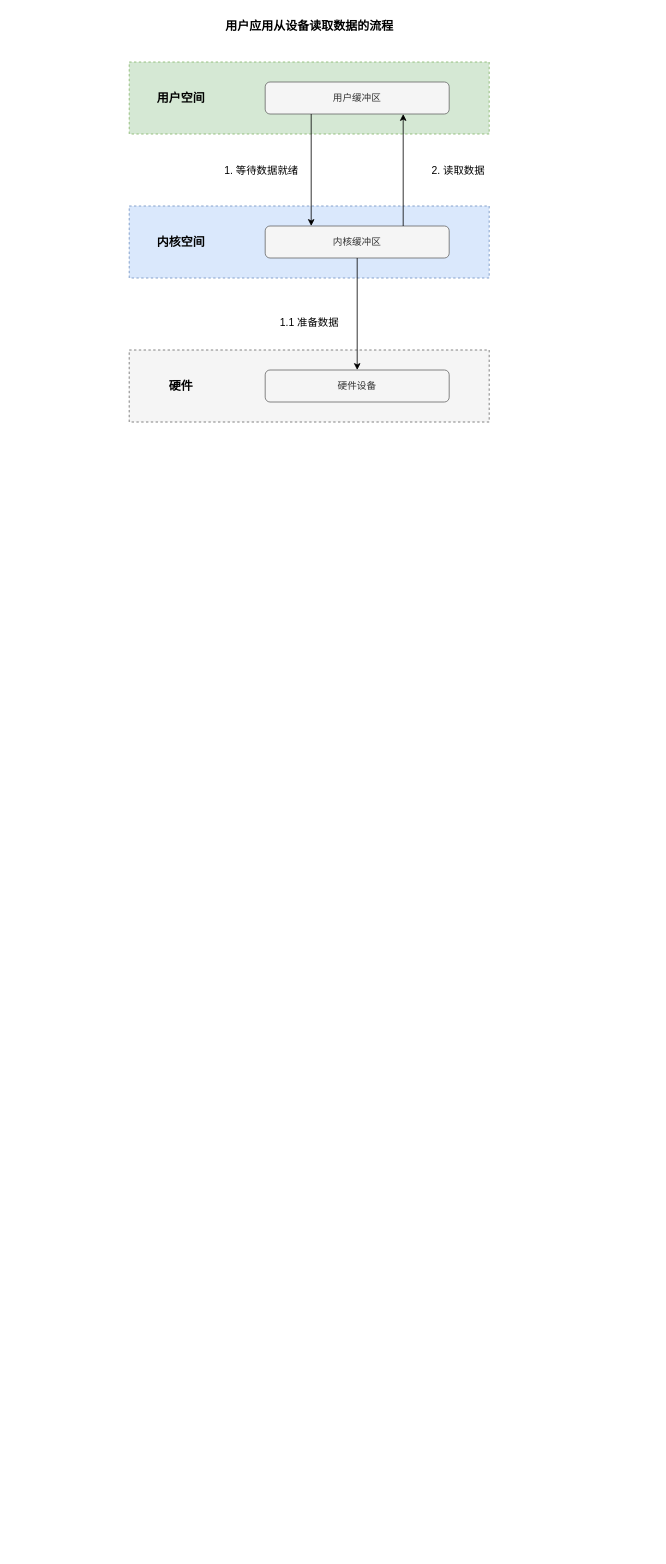
Before: Redis-IO模型.drawio in XuYi-fei/draw.io.sync, a draw.io diagram. Source tidied: cells renumbered, new cells numbered last; positions are measured from the earlier drawing's top-left corner, leaving out a move shared by most shapes. Both pictures are drawn from the tidied source at 80%, with x=0, y=0 at pixel (129, 14).
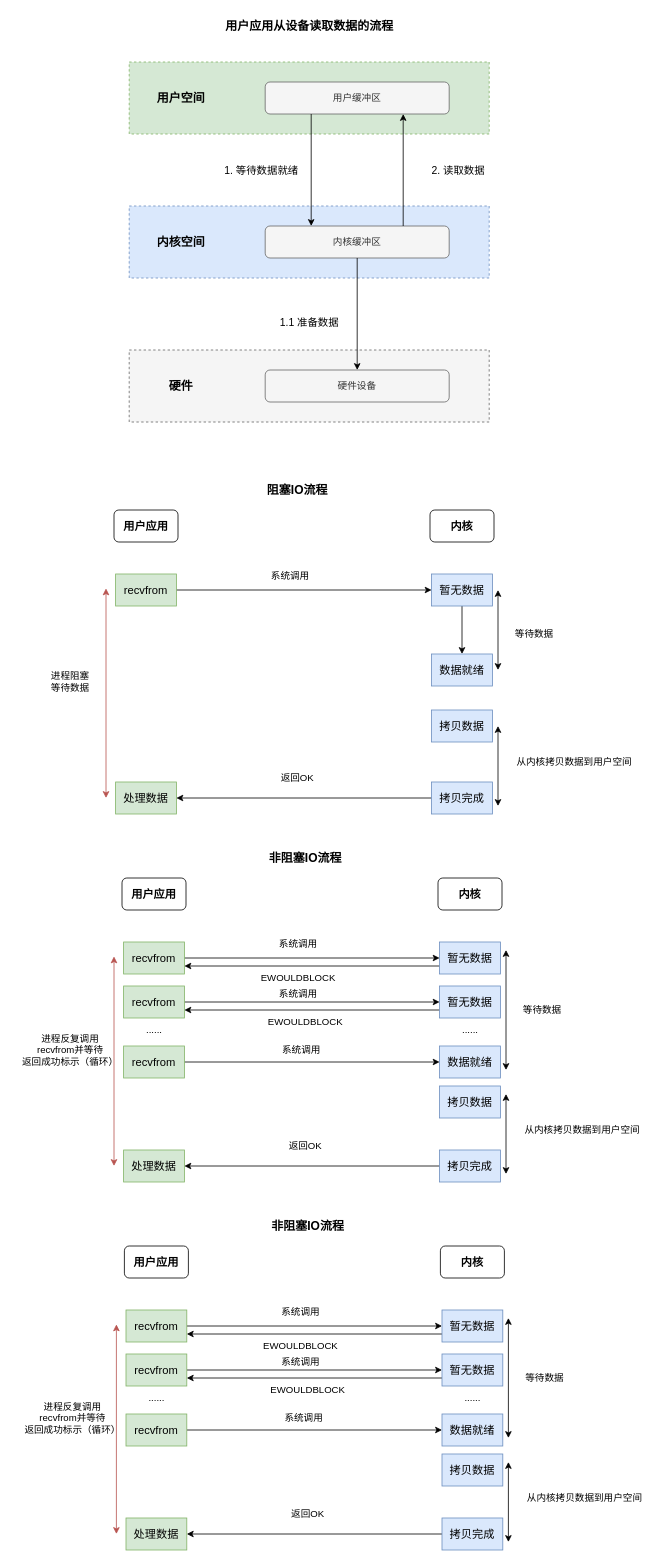
The same diagram, later.

The edit, as a diff of the source:
```diff
@@
+    <mxCell id="21" value="用户应用" style="rounded=1;whiteSpace=wrap;html=1;fontSize=14;fontStyle=1;" parent="1" vertex="1">
+      <mxGeometry x="-19" y="620" width="80" height="40" as="geometry" />
+    </mxCell>
+    <mxCell id="22" value="内核" style="rounded=1;whiteSpace=wrap;html=1;fontSize=14;fontStyle=1;" parent="1" vertex="1">
+      <mxGeometry x="376" y="620" width="80" height="40" as="geometry" />
+    </mxCell>
+    <mxCell id="23" style="edgeStyle=orthogonalEdgeStyle;rounded=0;jettySize=auto;html=1;exitX=1;exitY=0.5;exitDx=0;exitDy=0;" parent="1" edge="1" source="24" target="26">
+      <mxGeometry relative="1" as="geometry" />
+    </mxCell>
+    <mxCell id="24" value="recvfrom" style="rounded=0;whiteSpace=wrap;html=1;fontSize=14;fillColor=#d5e8d4;strokeColor=#82b366;" parent="1" vertex="1">
+      <mxGeometry x="-17" y="700" width="76" height="40" as="geometry" />
+    </mxCell>
+    <mxCell id="25" style="edgeStyle=orthogonalEdgeStyle;rounded=0;jettySize=auto;html=1;exitX=0.5;exitY=1;exitDx=0;exitDy=0;" parent="1" edge="1" source="26" target="27">
+      <mxGeometry relative="1" as="geometry" />
+    </mxCell>
+    <mxCell id="26" value="暂无数据" style="rounded=0;whiteSpace=wrap;html=1;fontSize=14;fillColor=#dae8fc;strokeColor=#6c8ebf;" parent="1" vertex="1">
+      <mxGeometry x="378" y="700" width="76" height="40" as="geometry" />
+    </mxCell>
+    <mxCell id="27" value="数据就绪" style="rounded=0;whiteSpace=wrap;html=1;fontSize=14;fillColor=#dae8fc;strokeColor=#6c8ebf;" parent="1" vertex="1">
+      <mxGeometry x="378" y="800" width="76" height="40" as="geometry" />
+    </mxCell>
+    <mxCell id="28" value="拷贝数据" style="rounded=0;whiteSpace=wrap;html=1;fontSize=14;fillColor=#dae8fc;strokeColor=#6c8ebf;" parent="1" vertex="1">
+      <mxGeometry x="378" y="870" width="76" height="40" as="geometry" />
+    </mxCell>
+    <mxCell id="29" style="edgeStyle=orthogonalEdgeStyle;rounded=0;jettySize=auto;html=1;exitX=0;exitY=0.5;exitDx=0;exitDy=0;" parent="1" edge="1" source="30" target="31">
+      <mxGeometry relative="1" as="geometry" />
+    </mxCell>
+    <mxCell id="30" value="拷贝完成" style="rounded=0;whiteSpace=wrap;html=1;fontSize=14;fillColor=#dae8fc;strokeColor=#6c8ebf;" parent="1" vertex="1">
+      <mxGeometry x="378" y="960" width="76" height="40" as="geometry" />
+    </mxCell>
+    <mxCell id="31" value="处理数据" style="rounded=0;whiteSpace=wrap;html=1;fontSize=14;fillColor=#d5e8d4;strokeColor=#82b366;" parent="1" vertex="1">
+      <mxGeometry x="-17" y="960" width="76" height="40" as="geometry" />
+    </mxCell>
+    <mxCell id="32" value="系统调用" style="text;html=1;align=center;verticalAlign=middle;strokeColor=none;fillColor=none;" parent="1" vertex="1">
+      <mxGeometry x="166" y="688" width="70" height="30" as="geometry" />
+    </mxCell>
+    <mxCell id="33" style="endArrow=classic;startArrow=classic;html=1;rounded=0;" parent="1" edge="1">
+      <mxGeometry relative="1" as="geometry">
+        <mxPoint x="461" y="820" as="sourcePoint" />
+        <mxPoint x="461" y="720" as="targetPoint" />
+      </mxGeometry>
+    </mxCell>
+    <mxCell id="34" value="等待数据" style="text;html=1;align=center;verticalAlign=middle;strokeColor=none;fillColor=none;" parent="1" vertex="1">
+      <mxGeometry x="471" y="760" width="70" height="30" as="geometry" />
+    </mxCell>
+    <mxCell id="35" style="endArrow=classic;startArrow=classic;html=1;rounded=0;" parent="1" edge="1">
+      <mxGeometry relative="1" as="geometry">
+        <mxPoint x="461" y="990" as="sourcePoint" />
+        <mxPoint x="461" y="890" as="targetPoint" />
+      </mxGeometry>
+    </mxCell>
+    <mxCell id="36" value="从内核拷贝数据到用户空间" style="text;html=1;align=center;verticalAlign=middle;strokeColor=none;fillColor=none;" parent="1" vertex="1">
+      <mxGeometry x="471" y="920" width="170" height="30" as="geometry" />
+    </mxCell>
+    <mxCell id="37" value="返回OK" style="text;html=1;align=center;verticalAlign=middle;strokeColor=none;fillColor=none;" parent="1" vertex="1">
+      <mxGeometry x="180" y="940" width="60" height="30" as="geometry" />
+    </mxCell>
+    <mxCell id="38" style="endArrow=classic;startArrow=classic;html=1;rounded=0;fillColor=#f8cecc;strokeColor=#b85450;" parent="1" edge="1">
+      <mxGeometry relative="1" as="geometry">
+        <mxPoint x="-29" y="980" as="sourcePoint" />
+        <mxPoint x="-29" y="718" as="targetPoint" />
+      </mxGeometry>
+    </mxCell>
+    <mxCell id="39" value="进程阻塞&lt;div&gt;等待数据&lt;/div&gt;" style="text;html=1;align=center;verticalAlign=middle;strokeColor=none;fillColor=none;" parent="1" vertex="1">
+      <mxGeometry x="-109" y="815" width="70" height="40" as="geometry" />
+    </mxCell>
+    <mxCell id="40" value="阻塞IO流程" style="text;html=1;align=center;verticalAlign=middle;strokeColor=none;fillColor=none;fontSize=15;fontStyle=1;" parent="1" vertex="1">
+      <mxGeometry x="160" y="580" width="100" height="30" as="geometry" />
+    </mxCell>
+    <mxCell id="41" value="用户应用" style="rounded=1;whiteSpace=wrap;html=1;fontSize=14;fontStyle=1;" parent="1" vertex="1">
+      <mxGeometry x="-9" y="1080" width="80" height="40" as="geometry" />
+    </mxCell>
+    <mxCell id="42" value="内核" style="rounded=1;whiteSpace=wrap;html=1;fontSize=14;fontStyle=1;" parent="1" vertex="1">
+      <mxGeometry x="386" y="1080" width="80" height="40" as="geometry" />
+    </mxCell>
+    <mxCell id="43" style="edgeStyle=orthogonalEdgeStyle;rounded=0;jettySize=auto;html=1;exitX=1;exitY=0.5;exitDx=0;exitDy=0;" parent="1" edge="1" source="44" target="46">
+      <mxGeometry relative="1" as="geometry" />
+    </mxCell>
+    <mxCell id="44" value="recvfrom" style="rounded=0;whiteSpace=wrap;html=1;fontSize=14;fillColor=#d5e8d4;strokeColor=#82b366;" parent="1" vertex="1">
+      <mxGeometry x="-7" y="1160" width="76" height="40" as="geometry" />
+    </mxCell>
+    <mxCell id="45" style="edgeStyle=orthogonalEdgeStyle;rounded=0;jettySize=auto;html=1;exitX=0;exitY=0.75;exitDx=0;exitDy=0;entryX=1;entryY=0.75;entryDx=0;entryDy=0;" parent="1" edge="1" source="46" target="44">
+      <mxGeometry relative="1" as="geometry" />
+    </mxCell>
+    <mxCell id="46" value="暂无数据" style="rounded=0;whiteSpace=wrap;html=1;fontSize=14;fillColor=#dae8fc;strokeColor=#6c8ebf;" parent="1" vertex="1">
+      <mxGeometry x="388" y="1160" width="76" height="40" as="geometry" />
+    </mxCell>
+    <mxCell id="47" value="数据就绪" style="rounded=0;whiteSpace=wrap;html=1;fontSize=14;fillColor=#dae8fc;strokeColor=#6c8ebf;" parent="1" vertex="1">
+      <mxGeometry x="388" y="1290" width="76" height="40" as="geometry" />
+    </mxCell>
+    <mxCell id="48" value="拷贝数据" style="rounded=0;whiteSpace=wrap;html=1;fontSize=14;fillColor=#dae8fc;strokeColor=#6c8ebf;" parent="1" vertex="1">
+      <mxGeometry x="388" y="1340" width="76" height="40" as="geometry" />
+    </mxCell>
+    <mxCell id="49" style="edgeStyle=orthogonalEdgeStyle;rounded=0;jettySize=auto;html=1;exitX=0;exitY=0.5;exitDx=0;exitDy=0;" parent="1" edge="1" source="50" target="51">
+      <mxGeometry relative="1" as="geometry" />
+    </mxCell>
+    <mxCell id="50" value="拷贝完成" style="rounded=0;whiteSpace=wrap;html=1;fontSize=14;fillColor=#dae8fc;strokeColor=#6c8ebf;" parent="1" vertex="1">
+      <mxGeometry x="388" y="1420" width="76" height="40" as="geometry" />
+    </mxCell>
+    <mxCell id="51" value="处理数据" style="rounded=0;whiteSpace=wrap;html=1;fontSize=14;fillColor=#d5e8d4;strokeColor=#82b366;" parent="1" vertex="1">
+      <mxGeometry x="-7" y="1420" width="76" height="40" as="geometry" />
+    </mxCell>
+    <mxCell id="52" value="系统调用" style="text;html=1;align=center;verticalAlign=middle;strokeColor=none;fillColor=none;" parent="1" vertex="1">
+      <mxGeometry x="176" y="1148" width="70" height="30" as="geometry" />
+    </mxCell>
+    <mxCell id="53" style="endArrow=classic;startArrow=classic;html=1;rounded=0;" parent="1" edge="1">
+      <mxGeometry relative="1" as="geometry">
+        <mxPoint x="471" y="1320" as="sourcePoint" />
+        <mxPoint x="471" y="1170" as="targetPoint" />
+      </mxGeometry>
+    </mxCell>
+    <mxCell id="54" value="等待数据" style="text;html=1;align=center;verticalAlign=middle;strokeColor=none;fillColor=none;" parent="1" vertex="1">
+      <mxGeometry x="481" y="1230" width="70" height="30" as="geometry" />
+    </mxCell>
+    <mxCell id="55" style="endArrow=classic;startArrow=classic;html=1;rounded=0;" parent="1" edge="1">
+      <mxGeometry relative="1" as="geometry">
+        <mxPoint x="471" y="1450" as="sourcePoint" />
+        <mxPoint x="471" y="1350" as="targetPoint" />
+      </mxGeometry>
+    </mxCell>
+    <mxCell id="56" value="从内核拷贝数据到用户空间" style="text;html=1;align=center;verticalAlign=middle;strokeColor=none;fillColor=none;" parent="1" vertex="1">
+      <mxGeometry x="481" y="1380" width="170" height="30" as="geometry" />
+    </mxCell>
+    <mxCell id="57" value="返回OK" style="text;html=1;align=center;verticalAlign=middle;strokeColor=none;fillColor=none;" parent="1" vertex="1">
+      <mxGeometry x="190" y="1400" width="60" height="30" as="geometry" />
+    </mxCell>
+    <mxCell id="58" style="endArrow=classic;startArrow=classic;html=1;rounded=0;fillColor=#f8cecc;strokeColor=#b85450;" parent="1" edge="1">
+      <mxGeometry relative="1" as="geometry">
+        <mxPoint x="-19" y="1440" as="sourcePoint" />
+        <mxPoint x="-19" y="1178" as="targetPoint" />
+      </mxGeometry>
+    </mxCell>
+    <mxCell id="59" value="进程反复调用&lt;div&gt;recvfrom并等待&lt;/div&gt;&lt;div&gt;返回成功标示（循环）&lt;/div&gt;" style="text;html=1;align=center;verticalAlign=middle;strokeColor=none;fillColor=none;" parent="1" vertex="1">
+      <mxGeometry x="-144" y="1265" width="140" height="60" as="geometry" />
+    </mxCell>
+    <mxCell id="60" value="非阻塞IO流程" style="text;html=1;align=center;verticalAlign=middle;strokeColor=none;fillColor=none;fontSize=15;fontStyle=1;" parent="1" vertex="1">
+      <mxGeometry x="165" y="1040" width="110" height="30" as="geometry" />
+    </mxCell>
+    <mxCell id="61" style="edgeStyle=orthogonalEdgeStyle;rounded=0;jettySize=auto;html=1;exitX=1;exitY=0.5;exitDx=0;exitDy=0;entryX=0;entryY=0.5;entryDx=0;entryDy=0;" parent="1" edge="1" source="62" target="67">
+      <mxGeometry relative="1" as="geometry" />
+    </mxCell>
+    <mxCell id="62" value="recvfrom" style="rounded=0;whiteSpace=wrap;html=1;fontSize=14;fillColor=#d5e8d4;strokeColor=#82b366;" parent="1" vertex="1">
+      <mxGeometry x="-7" y="1215" width="76" height="40" as="geometry" />
+    </mxCell>
+    <mxCell id="63" style="edgeStyle=orthogonalEdgeStyle;rounded=0;jettySize=auto;html=1;exitX=1;exitY=0.5;exitDx=0;exitDy=0;entryX=0;entryY=0.5;entryDx=0;entryDy=0;" parent="1" edge="1" source="64" target="47">
+      <mxGeometry relative="1" as="geometry" />
+    </mxCell>
+    <mxCell id="64" value="recvfrom" style="rounded=0;whiteSpace=wrap;html=1;fontSize=14;fillColor=#d5e8d4;strokeColor=#82b366;" parent="1" vertex="1">
+      <mxGeometry x="-7" y="1290" width="76" height="40" as="geometry" />
+    </mxCell>
+    <mxCell id="65" value="......" style="text;html=1;align=center;verticalAlign=middle;strokeColor=none;fillColor=none;" parent="1" vertex="1">
+      <mxGeometry x="11" y="1255" width="40" height="30" as="geometry" />
+    </mxCell>
+    <mxCell id="66" style="edgeStyle=orthogonalEdgeStyle;rounded=0;jettySize=auto;html=1;exitX=0;exitY=0.75;exitDx=0;exitDy=0;entryX=1;entryY=0.75;entryDx=0;entryDy=0;" parent="1" edge="1" source="67" target="62">
+      <mxGeometry relative="1" as="geometry" />
+    </mxCell>
+    <mxCell id="67" value="暂无数据" style="rounded=0;whiteSpace=wrap;html=1;fontSize=14;fillColor=#dae8fc;strokeColor=#6c8ebf;" parent="1" vertex="1">
+      <mxGeometry x="388" y="1215" width="76" height="40" as="geometry" />
+    </mxCell>
+    <mxCell id="68" value="......" style="text;html=1;align=center;verticalAlign=middle;strokeColor=none;fillColor=none;" parent="1" vertex="1">
+      <mxGeometry x="406" y="1255" width="40" height="30" as="geometry" />
+    </mxCell>
+    <mxCell id="69" value="EWOULDBLOCK" style="text;html=1;align=center;verticalAlign=middle;strokeColor=none;fillColor=none;" parent="1" vertex="1">
+      <mxGeometry x="151" y="1190" width="120" height="30" as="geometry" />
+    </mxCell>
+    <mxCell id="70" value="系统调用" style="text;html=1;align=center;verticalAlign=middle;strokeColor=none;fillColor=none;" parent="1" vertex="1">
+      <mxGeometry x="176" y="1210" width="70" height="30" as="geometry" />
+    </mxCell>
+    <mxCell id="71" value="EWOULDBLOCK" style="text;html=1;align=center;verticalAlign=middle;strokeColor=none;fillColor=none;" parent="1" vertex="1">
+      <mxGeometry x="160" y="1245" width="120" height="30" as="geometry" />
+    </mxCell>
+    <mxCell id="72" value="系统调用" style="text;html=1;align=center;verticalAlign=middle;strokeColor=none;fillColor=none;" parent="1" vertex="1">
+      <mxGeometry x="180" y="1280" width="70" height="30" as="geometry" />
+    </mxCell>
+    <mxCell id="73" value="用户应用" style="rounded=1;whiteSpace=wrap;html=1;fontSize=14;fontStyle=1;" parent="1" vertex="1">
+      <mxGeometry x="-6" y="1540" width="80" height="40" as="geometry" />
+    </mxCell>
+    <mxCell id="74" value="内核" style="rounded=1;whiteSpace=wrap;html=1;fontSize=14;fontStyle=1;" parent="1" vertex="1">
+      <mxGeometry x="389" y="1540" width="80" height="40" as="geometry" />
+    </mxCell>
+    <mxCell id="75" style="edgeStyle=orthogonalEdgeStyle;rounded=0;jettySize=auto;html=1;exitX=1;exitY=0.5;exitDx=0;exitDy=0;" parent="1" edge="1" source="76" target="78">
+      <mxGeometry relative="1" as="geometry" />
+    </mxCell>
+    <mxCell id="76" value="recvfrom" style="rounded=0;whiteSpace=wrap;html=1;fontSize=14;fillColor=#d5e8d4;strokeColor=#82b366;" parent="1" vertex="1">
+      <mxGeometry x="-4" y="1620" width="76" height="40" as="geometry" />
+    </mxCell>
+    <mxCell id="77" style="edgeStyle=orthogonalEdgeStyle;rounded=0;jettySize=auto;html=1;exitX=0;exitY=0.75;exitDx=0;exitDy=0;entryX=1;entryY=0.75;entryDx=0;entryDy=0;" parent="1" edge="1" source="78" target="76">
+      <mxGeometry relative="1" as="geometry" />
+    </mxCell>
+    <mxCell id="78" value="暂无数据" style="rounded=0;whiteSpace=wrap;html=1;fontSize=14;fillColor=#dae8fc;strokeColor=#6c8ebf;" parent="1" vertex="1">
+      <mxGeometry x="391" y="1620" width="76" height="40" as="geometry" />
+    </mxCell>
+    <mxCell id="79" value="数据就绪" style="rounded=0;whiteSpace=wrap;html=1;fontSize=14;fillColor=#dae8fc;strokeColor=#6c8ebf;" parent="1" vertex="1">
+      <mxGeometry x="391" y="1750" width="76" height="40" as="geometry" />
+    </mxCell>
+    <mxCell id="80" value="拷贝数据" style="rounded=0;whiteSpace=wrap;html=1;fontSize=14;fillColor=#dae8fc;strokeColor=#6c8ebf;" parent="1" vertex="1">
+      <mxGeometry x="391" y="1800" width="76" height="40" as="geometry" />
+    </mxCell>
+    <mxCell id="81" style="edgeStyle=orthogonalEdgeStyle;rounded=0;jettySize=auto;html=1;exitX=0;exitY=0.5;exitDx=0;exitDy=0;" parent="1" edge="1" source="82" target="83">
+      <mxGeometry relative="1" as="geometry" />
+    </mxCell>
+    <mxCell id="82" value="拷贝完成" style="rounded=0;whiteSpace=wrap;html=1;fontSize=14;fillColor=#dae8fc;strokeColor=#6c8ebf;" parent="1" vertex="1">
+      <mxGeometry x="391" y="1880" width="76" height="40" as="geometry" />
+    </mxCell>
+    <mxCell id="83" value="处理数据" style="rounded=0;whiteSpace=wrap;html=1;fontSize=14;fillColor=#d5e8d4;strokeColor=#82b366;" parent="1" vertex="1">
+      <mxGeometry x="-4" y="1880" width="76" height="40" as="geometry" />
+    </mxCell>
+    <mxCell id="84" value="系统调用" style="text;html=1;align=center;verticalAlign=middle;strokeColor=none;fillColor=none;" parent="1" vertex="1">
+      <mxGeometry x="179" y="1608" width="70" height="30" as="geometry" />
+    </mxCell>
+    <mxCell id="85" style="endArrow=classic;startArrow=classic;html=1;rounded=0;" parent="1" edge="1">
+      <mxGeometry relative="1" as="geometry">
+        <mxPoint x="474" y="1780" as="sourcePoint" />
+        <mxPoint x="474" y="1630" as="targetPoint" />
+      </mxGeometry>
+    </mxCell>
+    <mxCell id="86" value="等待数据" style="text;html=1;align=center;verticalAlign=middle;strokeColor=none;fillColor=none;" parent="1" vertex="1">
+      <mxGeometry x="484" y="1690" width="70" height="30" as="geometry" />
+    </mxCell>
+    <mxCell id="87" style="endArrow=classic;startArrow=classic;html=1;rounded=0;" parent="1" edge="1">
+      <mxGeometry relative="1" as="geometry">
+        <mxPoint x="474" y="1910" as="sourcePoint" />
+        <mxPoint x="474" y="1810" as="targetPoint" />
+      </mxGeometry>
+    </mxCell>
+    <mxCell id="88" value="从内核拷贝数据到用户空间" style="text;html=1;align=center;verticalAlign=middle;strokeColor=none;fillColor=none;" parent="1" vertex="1">
+      <mxGeometry x="484" y="1840" width="170" height="30" as="geometry" />
+    </mxCell>
+    <mxCell id="89" value="返回OK" style="text;html=1;align=center;verticalAlign=middle;strokeColor=none;fillColor=none;" parent="1" vertex="1">
+      <mxGeometry x="193" y="1860" width="60" height="30" as="geometry" />
+    </mxCell>
+    <mxCell id="90" style="endArrow=classic;startArrow=classic;html=1;rounded=0;fillColor=#f8cecc;strokeColor=#b85450;" parent="1" edge="1">
+      <mxGeometry relative="1" as="geometry">
+        <mxPoint x="-16" y="1900" as="sourcePoint" />
+        <mxPoint x="-16" y="1638" as="targetPoint" />
+      </mxGeometry>
+    </mxCell>
+    <mxCell id="91" value="进程反复调用&lt;div&gt;recvfrom并等待&lt;/div&gt;&lt;div&gt;返回成功标示（循环）&lt;/div&gt;" style="text;html=1;align=center;verticalAlign=middle;strokeColor=none;fillColor=none;" parent="1" vertex="1">
+      <mxGeometry x="-141" y="1725" width="140" height="60" as="geometry" />
+    </mxCell>
+    <mxCell id="92" value="非阻塞IO流程" style="text;html=1;align=center;verticalAlign=middle;strokeColor=none;fillColor=none;fontSize=15;fontStyle=1;" parent="1" vertex="1">
+      <mxGeometry x="168" y="1500" width="110" height="30" as="geometry" />
+    </mxCell>
+    <mxCell id="93" style="edgeStyle=orthogonalEdgeStyle;rounded=0;jettySize=auto;html=1;exitX=1;exitY=0.5;exitDx=0;exitDy=0;entryX=0;entryY=0.5;entryDx=0;entryDy=0;" parent="1" edge="1" source="94" target="99">
+      <mxGeometry relative="1" as="geometry" />
+    </mxCell>
+    <mxCell id="94" value="recvfrom" style="rounded=0;whiteSpace=wrap;html=1;fontSize=14;fillColor=#d5e8d4;strokeColor=#82b366;" parent="1" vertex="1">
+      <mxGeometry x="-4" y="1675" width="76" height="40" as="geometry" />
+    </mxCell>
+    <mxCell id="95" style="edgeStyle=orthogonalEdgeStyle;rounded=0;jettySize=auto;html=1;exitX=1;exitY=0.5;exitDx=0;exitDy=0;entryX=0;entryY=0.5;entryDx=0;entryDy=0;" parent="1" edge="1" source="96" target="79">
+      <mxGeometry relative="1" as="geometry" />
+    </mxCell>
+    <mxCell id="96" value="recvfrom" style="rounded=0;whiteSpace=wrap;html=1;fontSize=14;fillColor=#d5e8d4;strokeColor=#82b366;" parent="1" vertex="1">
+      <mxGeometry x="-4" y="1750" width="76" height="40" as="geometry" />
+    </mxCell>
+    <mxCell id="97" value="......" style="text;html=1;align=center;verticalAlign=middle;strokeColor=none;fillColor=none;" parent="1" vertex="1">
+      <mxGeometry x="14" y="1715" width="40" height="30" as="geometry" />
+    </mxCell>
+    <mxCell id="98" style="edgeStyle=orthogonalEdgeStyle;rounded=0;jettySize=auto;html=1;exitX=0;exitY=0.75;exitDx=0;exitDy=0;entryX=1;entryY=0.75;entryDx=0;entryDy=0;" parent="1" edge="1" source="99" target="94">
+      <mxGeometry relative="1" as="geometry" />
+    </mxCell>
+    <mxCell id="99" value="暂无数据" style="rounded=0;whiteSpace=wrap;html=1;fontSize=14;fillColor=#dae8fc;strokeColor=#6c8ebf;" parent="1" vertex="1">
+      <mxGeometry x="391" y="1675" width="76" height="40" as="geometry" />
+    </mxCell>
+    <mxCell id="100" value="......" style="text;html=1;align=center;verticalAlign=middle;strokeColor=none;fillColor=none;" parent="1" vertex="1">
+      <mxGeometry x="409" y="1715" width="40" height="30" as="geometry" />
+    </mxCell>
+    <mxCell id="101" value="EWOULDBLOCK" style="text;html=1;align=center;verticalAlign=middle;strokeColor=none;fillColor=none;" parent="1" vertex="1">
+      <mxGeometry x="154" y="1650" width="120" height="30" as="geometry" />
+    </mxCell>
+    <mxCell id="102" value="系统调用" style="text;html=1;align=center;verticalAlign=middle;strokeColor=none;fillColor=none;" parent="1" vertex="1">
+      <mxGeometry x="179" y="1670" width="70" height="30" as="geometry" />
+    </mxCell>
+    <mxCell id="103" value="EWOULDBLOCK" style="text;html=1;align=center;verticalAlign=middle;strokeColor=none;fillColor=none;" parent="1" vertex="1">
+      <mxGeometry x="163" y="1705" width="120" height="30" as="geometry" />
+    </mxCell>
+    <mxCell id="104" value="系统调用" style="text;html=1;align=center;verticalAlign=middle;strokeColor=none;fillColor=none;" parent="1" vertex="1">
+      <mxGeometry x="183" y="1740" width="70" height="30" as="geometry" />
+    </mxCell>
```
